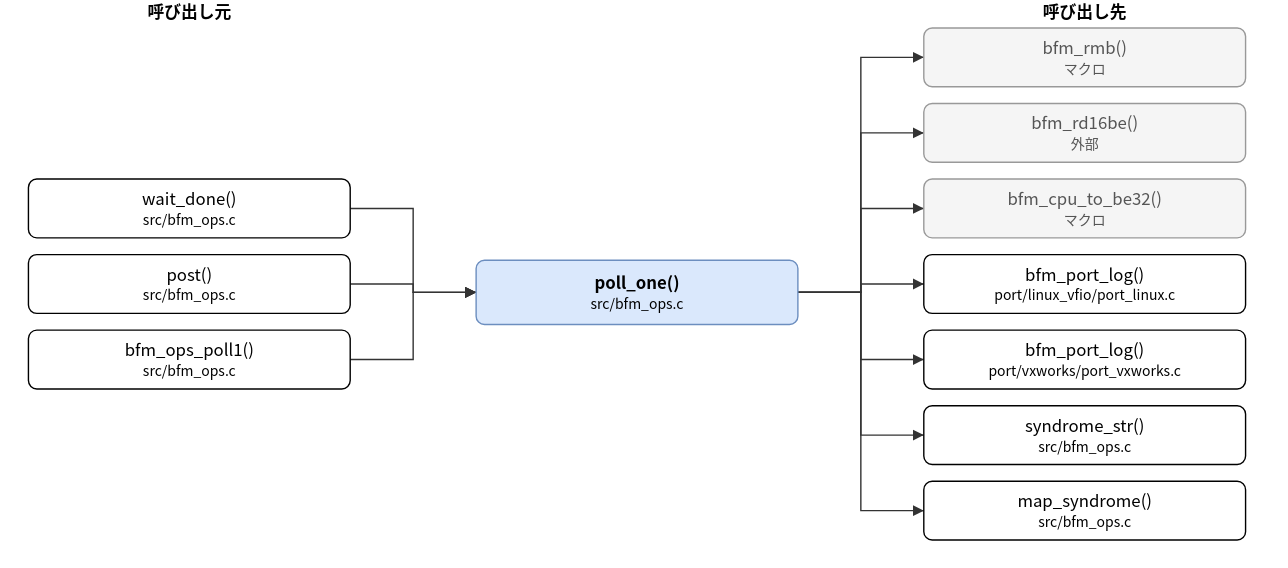
Earlier version of the draw.io export doc/spec/images/call_src_bfm_ops-poll_one.drawio.svg (hf355051012-ai/bfmem). Source tidied: cells renumbered, new cells last; positions are measured from the earlier drawing's top-left corner, leaving out a move shared by most shapes.
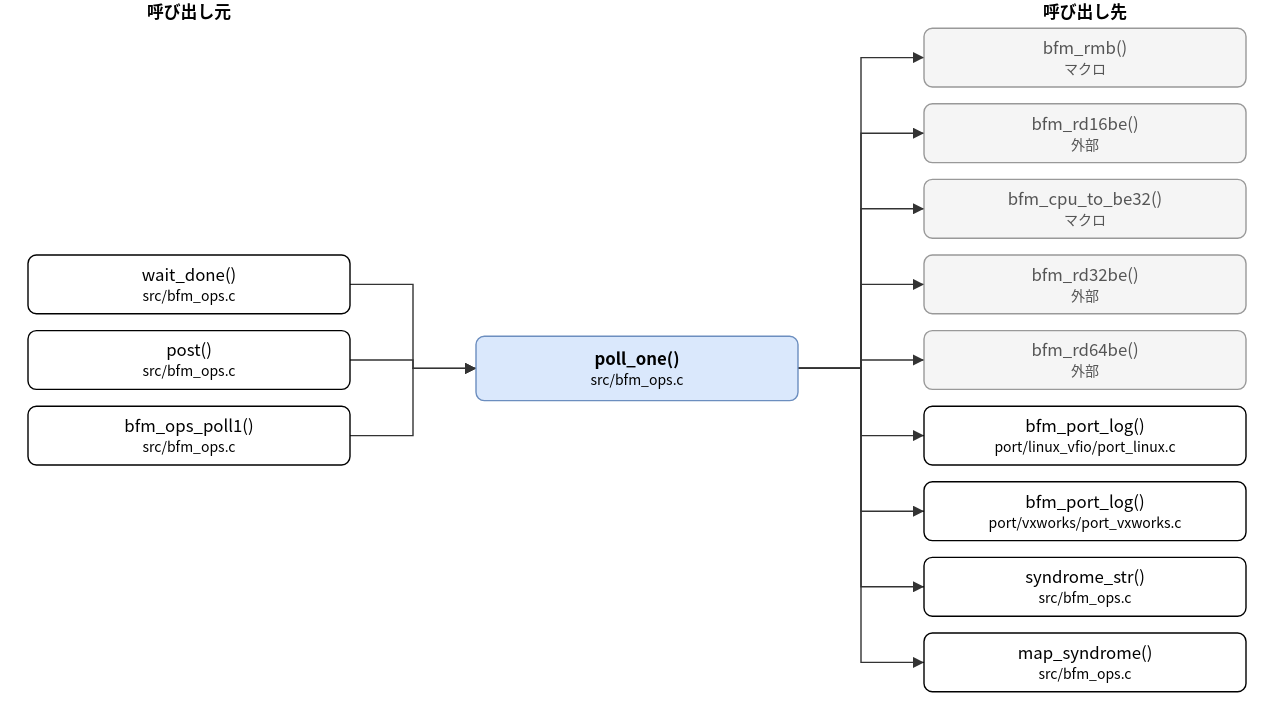
The same diagram one commit later.

Change to the diagram source:
```diff
@@ -3,16 +3,16 @@
     <mxCell id="0" />
     <mxCell id="1" parent="0" />
     <mxCell id="2" value="poll_one()&lt;br&gt;&lt;font style=&quot;font-size:10px&quot;&gt;src/bfm_ops.c&lt;/font&gt;" style="rounded=1;whiteSpace=wrap;html=1;fillColor=#dae8fc;strokeColor=#6c8ebf;fontStyle=1;" parent="1" vertex="1">
-      <mxGeometry x="320" y="186" width="230" height="46" as="geometry" />
+      <mxGeometry x="320" y="240" width="230" height="46" as="geometry" />
     </mxCell>
     <mxCell id="3" value="wait_done()&lt;br&gt;&lt;font style=&quot;font-size:10px&quot;&gt;src/bfm_ops.c&lt;/font&gt;" style="rounded=1;whiteSpace=wrap;html=1;" parent="1" vertex="1">
-      <mxGeometry y="128" width="230" height="42" as="geometry" />
+      <mxGeometry y="182" width="230" height="42" as="geometry" />
     </mxCell>
     <mxCell id="4" value="post()&lt;br&gt;&lt;font style=&quot;font-size:10px&quot;&gt;src/bfm_ops.c&lt;/font&gt;" style="rounded=1;whiteSpace=wrap;html=1;" parent="1" vertex="1">
-      <mxGeometry y="182" width="230" height="42" as="geometry" />
+      <mxGeometry y="236" width="230" height="42" as="geometry" />
     </mxCell>
     <mxCell id="5" value="bfm_ops_poll1()&lt;br&gt;&lt;font style=&quot;font-size:10px&quot;&gt;src/bfm_ops.c&lt;/font&gt;" style="rounded=1;whiteSpace=wrap;html=1;" parent="1" vertex="1">
-      <mxGeometry y="236" width="230" height="42" as="geometry" />
+      <mxGeometry y="290" width="230" height="42" as="geometry" />
     </mxCell>
     <mxCell id="6" value="bfm_rmb()&lt;br&gt;&lt;font style=&quot;font-size:10px&quot;&gt;マクロ&lt;/font&gt;" style="rounded=1;whiteSpace=wrap;html=1;fillColor=#f5f5f5;strokeColor=#999999;fontColor=#555555;" parent="1" vertex="1">
       <mxGeometry x="640" y="20" width="230" height="42" as="geometry" />
@@ -23,46 +23,52 @@
     <mxCell id="8" value="bfm_cpu_to_be32()&lt;br&gt;&lt;font style=&quot;font-size:10px&quot;&gt;マクロ&lt;/font&gt;" style="rounded=1;whiteSpace=wrap;html=1;fillColor=#f5f5f5;strokeColor=#999999;fontColor=#555555;" parent="1" vertex="1">
       <mxGeometry x="640" y="128" width="230" height="42" as="geometry" />
     </mxCell>
-    <mxCell id="9" value="bfm_port_log()&lt;br&gt;&lt;font style=&quot;font-size:10px&quot;&gt;port/linux_vfio/port_linux.c&lt;/font&gt;" style="rounded=1;whiteSpace=wrap;html=1;" parent="1" vertex="1">
+    <mxCell id="9" value="bfm_rd32be()&lt;br&gt;&lt;font style=&quot;font-size:10px&quot;&gt;外部&lt;/font&gt;" style="rounded=1;whiteSpace=wrap;html=1;fillColor=#f5f5f5;strokeColor=#999999;fontColor=#555555;" parent="1" vertex="1">
       <mxGeometry x="640" y="182" width="230" height="42" as="geometry" />
     </mxCell>
-    <mxCell id="10" value="bfm_port_log()&lt;br&gt;&lt;font style=&quot;font-size:10px&quot;&gt;port/vxworks/port_vxworks.c&lt;/font&gt;" style="rounded=1;whiteSpace=wrap;html=1;" parent="1" vertex="1">
+    <mxCell id="10" value="bfm_rd64be()&lt;br&gt;&lt;font style=&quot;font-size:10px&quot;&gt;外部&lt;/font&gt;" style="rounded=1;whiteSpace=wrap;html=1;fillColor=#f5f5f5;strokeColor=#999999;fontColor=#555555;" parent="1" vertex="1">
       <mxGeometry x="640" y="236" width="230" height="42" as="geometry" />
     </mxCell>
-    <mxCell id="11" value="syndrome_str()&lt;br&gt;&lt;font style=&quot;font-size:10px&quot;&gt;src/bfm_ops.c&lt;/font&gt;" style="rounded=1;whiteSpace=wrap;html=1;" parent="1" vertex="1">
+    <mxCell id="11" value="bfm_port_log()&lt;br&gt;&lt;font style=&quot;font-size:10px&quot;&gt;port/linux_vfio/port_linux.c&lt;/font&gt;" style="rounded=1;whiteSpace=wrap;html=1;" parent="1" vertex="1">
       <mxGeometry x="640" y="290" width="230" height="42" as="geometry" />
     </mxCell>
-    <mxCell id="12" value="map_syndrome()&lt;br&gt;&lt;font style=&quot;font-size:10px&quot;&gt;src/bfm_ops.c&lt;/font&gt;" style="rounded=1;whiteSpace=wrap;html=1;" parent="1" vertex="1">
+    <mxCell id="12" value="bfm_port_log()&lt;br&gt;&lt;font style=&quot;font-size:10px&quot;&gt;port/vxworks/port_vxworks.c&lt;/font&gt;" style="rounded=1;whiteSpace=wrap;html=1;" parent="1" vertex="1">
       <mxGeometry x="640" y="344" width="230" height="42" as="geometry" />
     </mxCell>
+    <mxCell id="25" value="syndrome_str()&lt;br&gt;&lt;font style=&quot;font-size:10px&quot;&gt;src/bfm_ops.c&lt;/font&gt;" style="rounded=1;whiteSpace=wrap;html=1;" parent="1" vertex="1">
+      <mxGeometry x="640" y="398" width="230" height="42" as="geometry" />
+    </mxCell>
+    <mxCell id="26" value="map_syndrome()&lt;br&gt;&lt;font style=&quot;font-size:10px&quot;&gt;src/bfm_ops.c&lt;/font&gt;" style="rounded=1;whiteSpace=wrap;html=1;" parent="1" vertex="1">
+      <mxGeometry x="640" y="452" width="230" height="42" as="geometry" />
+    </mxCell>
     <mxCell id="13" style="edgeStyle=none;html=1;rounded=0;endArrow=block;endFill=1;exitX=1.0000;exitY=0.5000;exitDx=0;exitDy=0;exitPerimeter=0;entryX=0.0000;entryY=0.5000;entryDx=0;entryDy=0;entryPerimeter=0;" parent="1" edge="1" source="3" target="2">
       <mxGeometry relative="1" as="geometry">
         <Array as="points">
-          <mxPoint x="275" y="149" />
-          <mxPoint x="275" y="209" />
+          <mxPoint x="275" y="203" />
+          <mxPoint x="275" y="263" />
         </Array>
       </mxGeometry>
     </mxCell>
     <mxCell id="14" style="edgeStyle=none;html=1;rounded=0;endArrow=block;endFill=1;exitX=1.0000;exitY=0.5000;exitDx=0;exitDy=0;exitPerimeter=0;entryX=0.0000;entryY=0.5000;entryDx=0;entryDy=0;entryPerimeter=0;" parent="1" edge="1" source="4" target="2">
       <mxGeometry relative="1" as="geometry">
         <Array as="points">
-          <mxPoint x="275" y="203" />
-          <mxPoint x="275" y="209" />
+          <mxPoint x="275" y="257" />
+          <mxPoint x="275" y="263" />
         </Array>
       </mxGeometry>
     </mxCell>
     <mxCell id="15" style="edgeStyle=none;html=1;rounded=0;endArrow=block;endFill=1;exitX=1.0000;exitY=0.5000;exitDx=0;exitDy=0;exitPerimeter=0;entryX=0.0000;entryY=0.5000;entryDx=0;entryDy=0;entryPerimeter=0;" parent="1" edge="1" source="5" target="2">
       <mxGeometry relative="1" as="geometry">
         <Array as="points">
-          <mxPoint x="275" y="257" />
-          <mxPoint x="275" y="209" />
+          <mxPoint x="275" y="311" />
+          <mxPoint x="275" y="263" />
         </Array>
       </mxGeometry>
     </mxCell>
     <mxCell id="16" style="edgeStyle=none;html=1;rounded=0;endArrow=block;endFill=1;exitX=1.0000;exitY=0.5000;exitDx=0;exitDy=0;exitPerimeter=0;entryX=0.0000;entryY=0.5000;entryDx=0;entryDy=0;entryPerimeter=0;" parent="1" edge="1" source="2" target="6">
       <mxGeometry relative="1" as="geometry">
         <Array as="points">
-          <mxPoint x="595" y="209" />
+          <mxPoint x="595" y="263" />
           <mxPoint x="595" y="41" />
         </Array>
       </mxGeometry>
@@ -70,7 +76,7 @@
     <mxCell id="17" style="edgeStyle=none;html=1;rounded=0;endArrow=block;endFill=1;exitX=1.0000;exitY=0.5000;exitDx=0;exitDy=0;exitPerimeter=0;entryX=0.0000;entryY=0.5000;entryDx=0;entryDy=0;entryPerimeter=0;" parent="1" edge="1" source="2" target="7">
       <mxGeometry relative="1" as="geometry">
         <Array as="points">
-          <mxPoint x="595" y="209" />
+          <mxPoint x="595" y="263" />
           <mxPoint x="595" y="95" />
         </Array>
       </mxGeometry>
@@ -78,7 +84,7 @@
     <mxCell id="18" style="edgeStyle=none;html=1;rounded=0;endArrow=block;endFill=1;exitX=1.0000;exitY=0.5000;exitDx=0;exitDy=0;exitPerimeter=0;entryX=0.0000;entryY=0.5000;entryDx=0;entryDy=0;entryPerimeter=0;" parent="1" edge="1" source="2" target="8">
       <mxGeometry relative="1" as="geometry">
         <Array as="points">
-          <mxPoint x="595" y="209" />
+          <mxPoint x="595" y="263" />
           <mxPoint x="595" y="149" />
         </Array>
       </mxGeometry>
@@ -86,7 +92,7 @@
     <mxCell id="19" style="edgeStyle=none;html=1;rounded=0;endArrow=block;endFill=1;exitX=1.0000;exitY=0.5000;exitDx=0;exitDy=0;exitPerimeter=0;entryX=0.0000;entryY=0.5000;entryDx=0;entryDy=0;entryPerimeter=0;" parent="1" edge="1" source="2" target="9">
       <mxGeometry relative="1" as="geometry">
         <Array as="points">
-          <mxPoint x="595" y="209" />
+          <mxPoint x="595" y="263" />
           <mxPoint x="595" y="203" />
         </Array>
       </mxGeometry>
@@ -94,7 +100,7 @@
     <mxCell id="20" style="edgeStyle=none;html=1;rounded=0;endArrow=block;endFill=1;exitX=1.0000;exitY=0.5000;exitDx=0;exitDy=0;exitPerimeter=0;entryX=0.0000;entryY=0.5000;entryDx=0;entryDy=0;entryPerimeter=0;" parent="1" edge="1" source="2" target="10">
       <mxGeometry relative="1" as="geometry">
         <Array as="points">
-          <mxPoint x="595" y="209" />
+          <mxPoint x="595" y="263" />
           <mxPoint x="595" y="257" />
         </Array>
       </mxGeometry>
@@ -102,7 +108,7 @@
     <mxCell id="21" style="edgeStyle=none;html=1;rounded=0;endArrow=block;endFill=1;exitX=1.0000;exitY=0.5000;exitDx=0;exitDy=0;exitPerimeter=0;entryX=0.0000;entryY=0.5000;entryDx=0;entryDy=0;entryPerimeter=0;" parent="1" edge="1" source="2" target="11">
       <mxGeometry relative="1" as="geometry">
         <Array as="points">
-          <mxPoint x="595" y="209" />
+          <mxPoint x="595" y="263" />
           <mxPoint x="595" y="311" />
         </Array>
       </mxGeometry>
@@ -110,11 +116,27 @@
     <mxCell id="22" style="edgeStyle=none;html=1;rounded=0;endArrow=block;endFill=1;exitX=1.0000;exitY=0.5000;exitDx=0;exitDy=0;exitPerimeter=0;entryX=0.0000;entryY=0.5000;entryDx=0;entryDy=0;entryPerimeter=0;" parent="1" edge="1" source="2" target="12">
       <mxGeometry relative="1" as="geometry">
         <Array as="points">
-          <mxPoint x="595" y="209" />
+          <mxPoint x="595" y="263" />
           <mxPoint x="595" y="365" />
         </Array>
       </mxGeometry>
     </mxCell>
+    <mxCell id="27" style="edgeStyle=none;html=1;rounded=0;endArrow=block;endFill=1;exitX=1.0000;exitY=0.5000;exitDx=0;exitDy=0;exitPerimeter=0;entryX=0.0000;entryY=0.5000;entryDx=0;entryDy=0;entryPerimeter=0;" parent="1" edge="1" source="2" target="25">
+      <mxGeometry relative="1" as="geometry">
+        <Array as="points">
+          <mxPoint x="595" y="263" />
+          <mxPoint x="595" y="419" />
+        </Array>
+      </mxGeometry>
+    </mxCell>
+    <mxCell id="28" style="edgeStyle=none;html=1;rounded=0;endArrow=block;endFill=1;exitX=1.0000;exitY=0.5000;exitDx=0;exitDy=0;exitPerimeter=0;entryX=0.0000;entryY=0.5000;entryDx=0;entryDy=0;entryPerimeter=0;" parent="1" edge="1" source="2" target="26">
+      <mxGeometry relative="1" as="geometry">
+        <Array as="points">
+          <mxPoint x="595" y="263" />
+          <mxPoint x="595" y="473" />
+        </Array>
+      </mxGeometry>
+    </mxCell>
     <mxCell id="23" value="呼び出し元" style="text;html=1;align=center;fontStyle=1;" parent="1" vertex="1">
       <mxGeometry x="35" width="160" height="18" as="geometry" />
     </mxCell>
```
